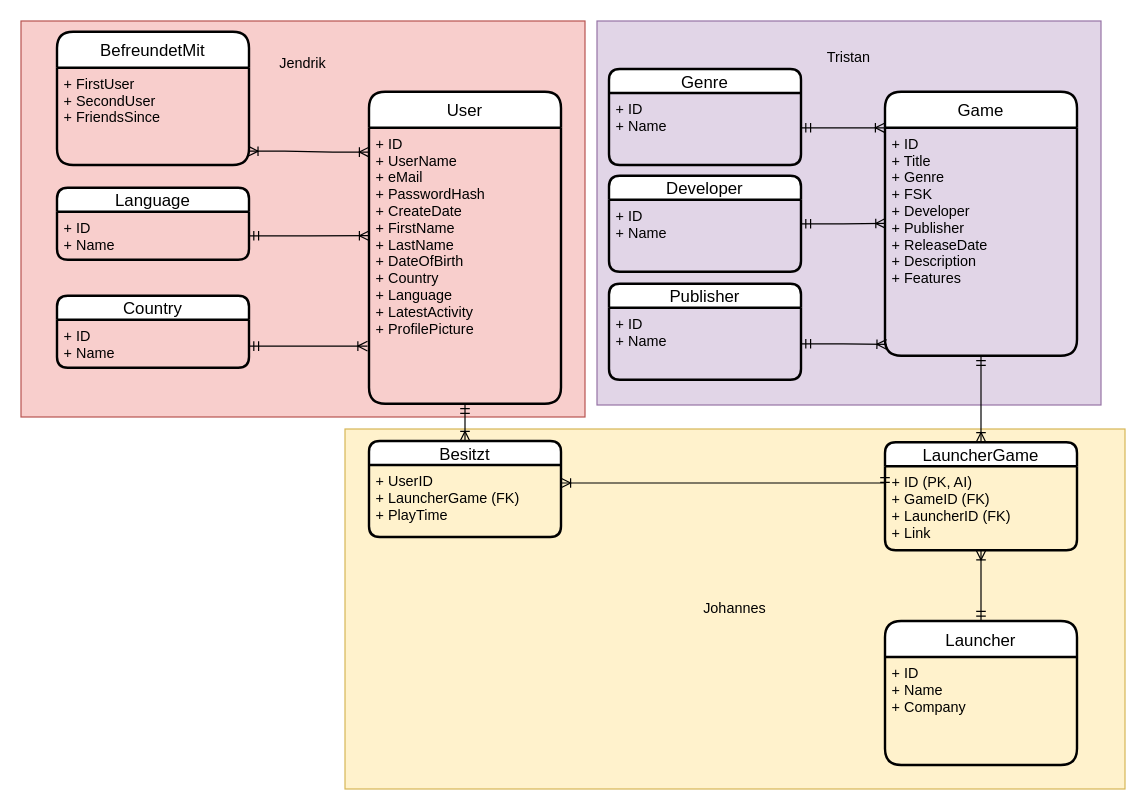
The draw.io diagram Datenbankentechnologien - Datenbankprojekt.drawio in JendrikLudwig/Datenbanktechnologien, before the edit. Source tidied: cells renumbered, new cells numbered last; positions are measured from the earlier drawing's top-left corner, leaving out a move shared by most shapes. Both pictures are drawn from the tidied source at 120%, with x=0, y=0 at pixel (20, 20).
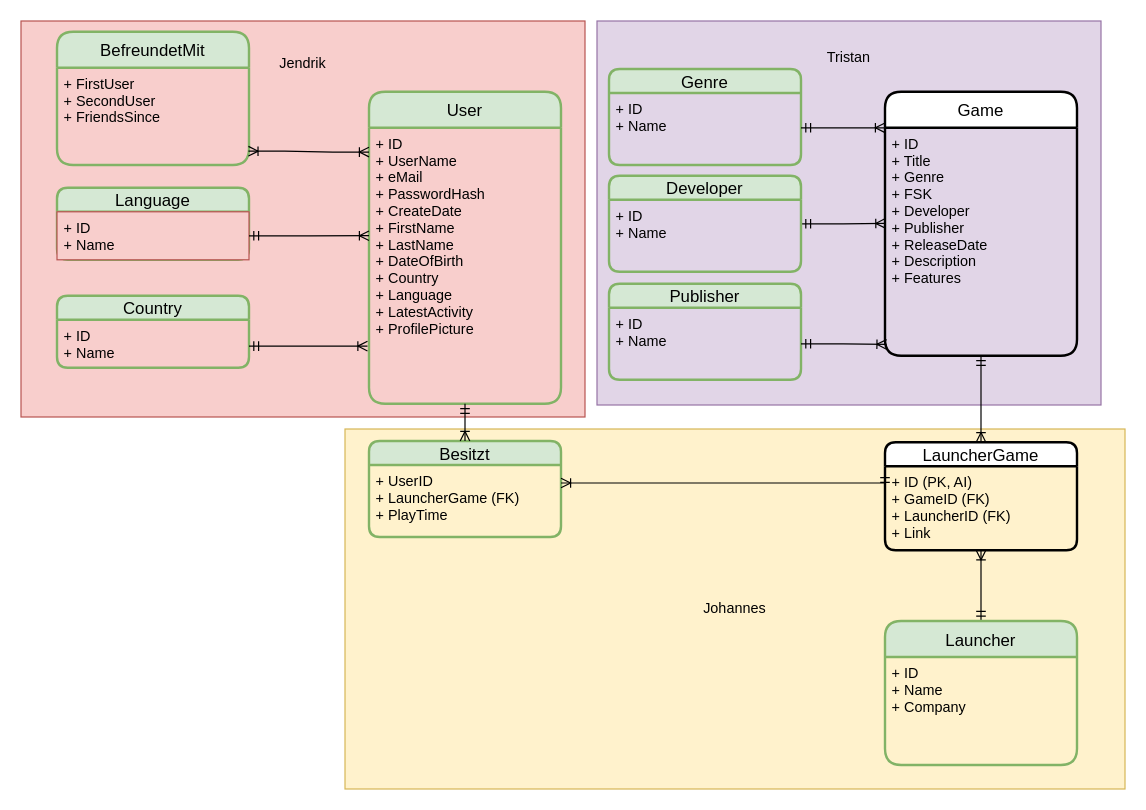
The same diagram, later.

Commit message (it also covers changes not shown here):
Changed USER IDs to start with 1

Change to the diagram source:
```diff
@@
-    <mxCell id="5" value="User" style="swimlane;horizontal=1;startSize=30;rounded=1;fontSize=14;fontStyle=0;strokeWidth=2;shadow=0;dashed=0;align=center;" parent="1" vertex="1">
+    <mxCell id="5" value="User" style="swimlane;horizontal=1;startSize=30;rounded=1;fontSize=14;fontStyle=0;strokeWidth=2;shadow=0;dashed=0;align=center;fillColor=#d5e8d4;strokeColor=#82b366;" parent="1" vertex="1">
       <mxGeometry x="290" y="59" width="160" height="260" as="geometry" />
     </mxCell>
@@
-    <mxCell id="9" value="BefreundetMit" style="swimlane;horizontal=1;startSize=30;rounded=1;fontSize=14;fontStyle=0;strokeWidth=2;shadow=0;dashed=0;align=center;" parent="1" vertex="1">
+    <mxCell id="9" value="BefreundetMit" style="swimlane;horizontal=1;startSize=30;rounded=1;fontSize=14;fontStyle=0;strokeWidth=2;shadow=0;dashed=0;align=center;fillColor=#d5e8d4;strokeColor=#82b366;" parent="1" vertex="1">
       <mxGeometry x="30" y="9" width="160" height="111" as="geometry" />
     </mxCell>
@@
-    <mxCell id="12" value="Launcher" style="swimlane;horizontal=1;startSize=30;rounded=1;fontSize=14;fontStyle=0;strokeWidth=2;shadow=0;dashed=0;align=center;" parent="1" vertex="1">
+    <mxCell id="12" value="Launcher" style="swimlane;horizontal=1;startSize=30;rounded=1;fontSize=14;fontStyle=0;strokeWidth=2;shadow=0;dashed=0;align=center;fillColor=#d5e8d4;strokeColor=#82b366;" parent="1" vertex="1">
       <mxGeometry x="720" y="500" width="160" height="120" as="geometry" />
     </mxCell>
@@
-    <mxCell id="14" value="Besitzt" style="swimlane;horizontal=1;startSize=20;rounded=1;fontSize=14;fontStyle=0;strokeWidth=2;shadow=0;dashed=0;align=center;" parent="1" vertex="1">
+    <mxCell id="14" value="Besitzt" style="swimlane;horizontal=1;startSize=20;rounded=1;fontSize=14;fontStyle=0;strokeWidth=2;shadow=0;dashed=0;align=center;fillColor=#d5e8d4;strokeColor=#82b366;" parent="1" vertex="1">
       <mxGeometry x="290" y="350" width="160" height="80" as="geometry" />
     </mxCell>
@@
-    <mxCell id="22" value="Country" style="swimlane;horizontal=1;startSize=20;rounded=1;fontSize=14;fontStyle=0;strokeWidth=2;shadow=0;dashed=0;align=center;" parent="1" vertex="1">
+    <mxCell id="22" value="Country" style="swimlane;horizontal=1;startSize=20;rounded=1;fontSize=14;fontStyle=0;strokeWidth=2;shadow=0;dashed=0;align=center;fillColor=#d5e8d4;strokeColor=#82b366;" parent="1" vertex="1">
       <mxGeometry x="30" y="229" width="160" height="60" as="geometry" />
     </mxCell>
@@
-    <mxCell id="24" value="Language" style="swimlane;horizontal=1;startSize=20;rounded=1;fontSize=14;fontStyle=0;strokeWidth=2;shadow=0;dashed=0;align=center;" parent="1" vertex="1">
+    <mxCell id="24" value="Language" style="swimlane;horizontal=1;startSize=20;rounded=1;fontSize=14;fontStyle=0;strokeWidth=2;shadow=0;dashed=0;align=center;fillColor=#d5e8d4;strokeColor=#82b366;" parent="1" vertex="1">
       <mxGeometry x="30" y="139" width="160" height="60" as="geometry" />
     </mxCell>
-    <mxCell id="25" value="+ ID&#10;+ Name" style="align=left;strokeColor=none;fillColor=none;spacingLeft=4;fontSize=12;verticalAlign=top;" parent="24" vertex="1">
+    <mxCell id="25" value="+ ID&#10;+ Name" style="align=left;spacingLeft=4;fontSize=12;verticalAlign=top;fillColor=#f8cecc;strokeColor=#b85450;" parent="24" vertex="1">
       <mxGeometry y="20" width="160" height="40" as="geometry" />
     </mxCell>
-    <mxCell id="26" value="Genre" style="swimlane;horizontal=1;startSize=20;rounded=1;fontSize=14;fontStyle=0;strokeWidth=2;shadow=0;dashed=0;align=center;" parent="1" vertex="1">
+    <mxCell id="26" value="Genre" style="swimlane;horizontal=1;startSize=20;rounded=1;fontSize=14;fontStyle=0;strokeWidth=2;shadow=0;dashed=0;align=center;fillColor=#d5e8d4;strokeColor=#82b366;" parent="1" vertex="1">
       <mxGeometry x="490" y="40" width="160" height="80" as="geometry" />
     </mxCell>
@@
-    <mxCell id="31" value="Developer" style="swimlane;horizontal=1;startSize=20;rounded=1;fontSize=14;fontStyle=0;strokeWidth=2;shadow=0;dashed=0;align=center;" parent="1" vertex="1">
+    <mxCell id="31" value="Developer" style="swimlane;horizontal=1;startSize=20;rounded=1;fontSize=14;fontStyle=0;strokeWidth=2;shadow=0;dashed=0;align=center;fillColor=#d5e8d4;strokeColor=#82b366;" parent="1" vertex="1">
       <mxGeometry x="490" y="129" width="160" height="80" as="geometry" />
     </mxCell>
@@
-    <mxCell id="33" value="Publisher" style="swimlane;horizontal=1;startSize=20;rounded=1;fontSize=14;fontStyle=0;strokeWidth=2;shadow=0;dashed=0;align=center;" parent="1" vertex="1">
+    <mxCell id="33" value="Publisher" style="swimlane;horizontal=1;startSize=20;rounded=1;fontSize=14;fontStyle=0;strokeWidth=2;shadow=0;dashed=0;align=center;fillColor=#d5e8d4;strokeColor=#82b366;" parent="1" vertex="1">
       <mxGeometry x="490" y="219" width="160" height="80" as="geometry" />
     </mxCell>
```
